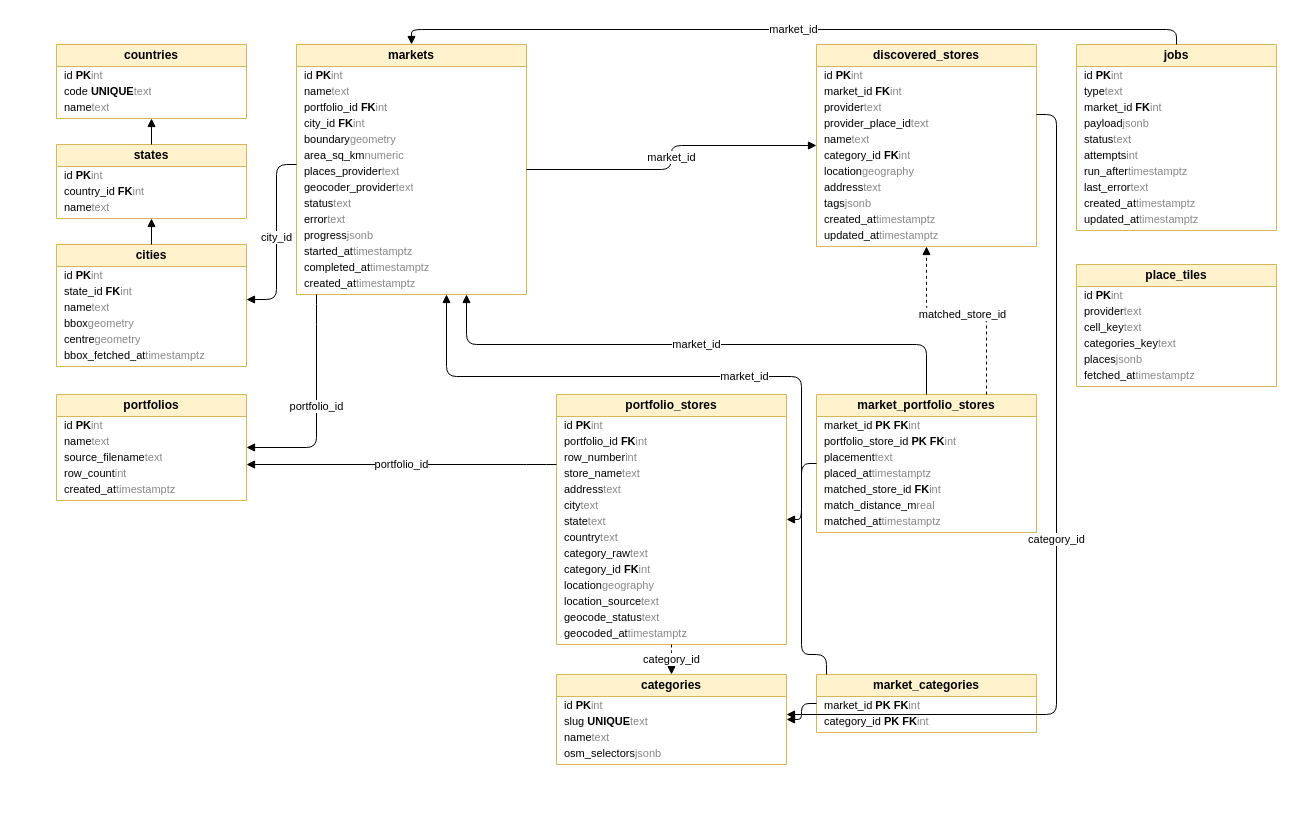
tejasvinaikbg/market-scope keeps this draw.io diagram as docs/diagrams/er.drawio. Above is the earlier version. Source tidied: cells renumbered, new cells numbered last; positions are measured from the earlier drawing's top-left corner, leaving out a move shared by most shapes. Both pictures are drawn from the tidied source at 100%, with x=0, y=0 at pixel (56, 29).
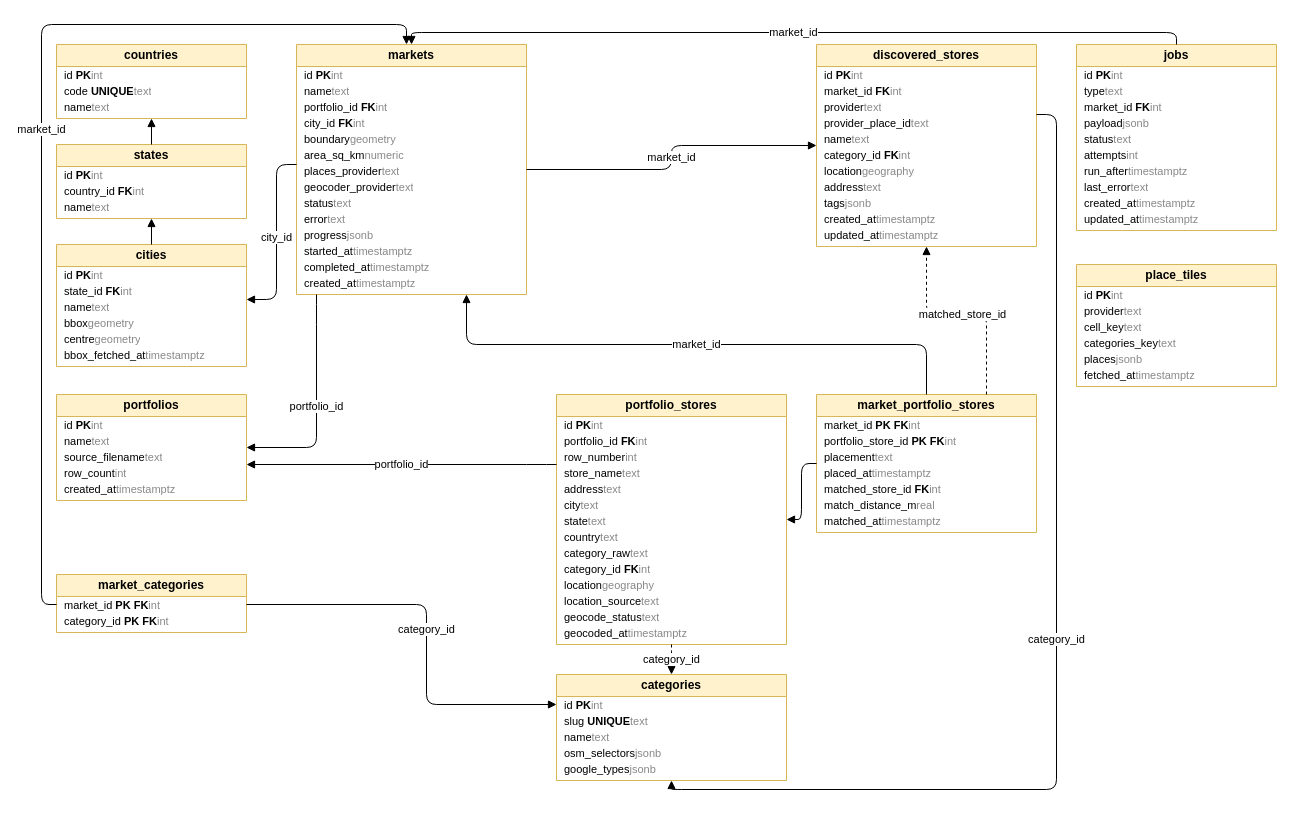
Above is the later version.

The change refers to these unchanged cells:
```xml
<mxCell id="23" value="markets" style="swimlane;fontStyle=1;horizontal=1;startSize=22;whiteSpace=wrap;html=1;fillColor=#fff2cc;strokeColor=#d6b656;fontSize=12;" parent="1" vertex="1">
  <mxGeometry x="240" y="15" width="230" height="250" as="geometry" />
</mxCell>
<mxCell id="61" value="discovered_stores" style="swimlane;fontStyle=1;horizontal=1;startSize=22;whiteSpace=wrap;html=1;fillColor=#fff2cc;strokeColor=#d6b656;fontSize=12;" parent="1" vertex="1">
  <mxGeometry x="760" y="15" width="220" height="202" as="geometry" />
</mxCell>
<mxCell id="73" value="jobs" style="swimlane;fontStyle=1;horizontal=1;startSize=22;whiteSpace=wrap;html=1;fillColor=#fff2cc;strokeColor=#d6b656;fontSize=12;" parent="1" vertex="1">
  <mxGeometry x="1020" y="15" width="200" height="186" as="geometry" />
</mxCell>
```

Change to the diagram source:
```diff
@@
     <mxCell id="91" value="categories" style="swimlane;fontStyle=1;horizontal=1;startSize=22;whiteSpace=wrap;html=1;fillColor=#fff2cc;strokeColor=#d6b656;fontSize=12;" parent="1" vertex="1">
-      <mxGeometry x="500" y="645" width="230" height="90" as="geometry" />
+      <mxGeometry x="500" y="645" width="230" height="106" as="geometry" />
     </mxCell>
@@
+    <mxCell id="113" value="google_types&lt;span style=&quot;float:right;color:#888&quot;&gt;jsonb&lt;/span&gt;" style="text;strokeColor=none;fillColor=none;align=left;verticalAlign=middle;spacingLeft=6;spacingRight=6;overflow=hidden;fontSize=11;whiteSpace=wrap;html=1;" parent="91" vertex="1">
+      <mxGeometry y="86" width="230" height="16" as="geometry" />
+    </mxCell>
     <mxCell id="96" value="market_categories" style="swimlane;fontStyle=1;horizontal=1;startSize=22;whiteSpace=wrap;html=1;fillColor=#fff2cc;strokeColor=#d6b656;fontSize=12;" parent="1" vertex="1">
-      <mxGeometry x="760" y="645" width="220" height="58" as="geometry" />
+      <mxGeometry y="545" width="190" height="58" as="geometry" />
     </mxCell>
     <mxCell id="97" value="market_id &lt;b&gt;PK FK&lt;/b&gt;&lt;span style=&quot;float:right;color:#888&quot;&gt;int&lt;/span&gt;" style="text;strokeColor=none;fillColor=none;align=left;verticalAlign=middle;spacingLeft=6;spacingRight=6;overflow=hidden;fontSize=11;whiteSpace=wrap;html=1;" parent="96" vertex="1">
-      <mxGeometry y="22" width="220" height="16" as="geometry" />
+      <mxGeometry y="22" width="190" height="16" as="geometry" />
     </mxCell>
     <mxCell id="98" value="category_id &lt;b&gt;PK FK&lt;/b&gt;&lt;span style=&quot;float:right;color:#888&quot;&gt;int&lt;/span&gt;" style="text;strokeColor=none;fillColor=none;align=left;verticalAlign=middle;spacingLeft=6;spacingRight=6;overflow=hidden;fontSize=11;whiteSpace=wrap;html=1;" parent="96" vertex="1">
-      <mxGeometry y="38" width="220" height="16" as="geometry" />
+      <mxGeometry y="38" width="190" height="16" as="geometry" />
     </mxCell>
@@
     <mxCell id="108" value="market_id" style="edgeStyle=orthogonalEdgeStyle;rounded=1;html=1;endArrow=block;fontSize=11;" parent="1" edge="1" source="73" target="23">
       <mxGeometry relative="1" as="geometry">
         <Array as="points">
-          <mxPoint x="1120" />
-          <mxPoint x="355" />
+          <mxPoint x="1120" y="3" />
+          <mxPoint x="355" y="3" />
         </Array>
       </mxGeometry>
     </mxCell>
@@
     <mxCell id="110" value="category_id" style="edgeStyle=orthogonalEdgeStyle;rounded=1;html=1;endArrow=block;fontSize=11;" parent="1" edge="1" source="61" target="91">
       <mxGeometry relative="1" as="geometry">
         <Array as="points">
           <mxPoint x="1000" y="85" />
-          <mxPoint x="1000" y="685" />
+          <mxPoint x="1000" y="760" />
+          <mxPoint x="615" y="760" />
         </Array>
       </mxGeometry>
     </mxCell>
     <mxCell id="111" value="market_id" style="edgeStyle=orthogonalEdgeStyle;rounded=1;html=1;endArrow=block;fontSize=11;" parent="1" edge="1" source="96" target="23">
       <mxGeometry relative="1" as="geometry">
         <Array as="points">
-          <mxPoint x="770" y="625" />
-          <mxPoint x="745" y="625" />
-          <mxPoint x="745" y="347" />
-          <mxPoint x="390" y="347" />
+          <mxPoint x="-15" y="575" />
+          <mxPoint x="-15" y="-5" />
+          <mxPoint x="350" y="-5" />
         </Array>
       </mxGeometry>
     </mxCell>
-    <mxCell id="112" style="edgeStyle=orthogonalEdgeStyle;rounded=1;html=1;endArrow=block;fontSize=11;" parent="1" edge="1" source="96" target="91">
-      <mxGeometry relative="1" as="geometry" />
+    <mxCell id="112" value="category_id" style="edgeStyle=orthogonalEdgeStyle;rounded=1;html=1;endArrow=block;fontSize=11;" parent="1" edge="1" source="96" target="91">
+      <mxGeometry relative="1" as="geometry">
+        <Array as="points">
+          <mxPoint x="370" y="575" />
+          <mxPoint x="370" y="675" />
+        </Array>
+      </mxGeometry>
     </mxCell>
```
